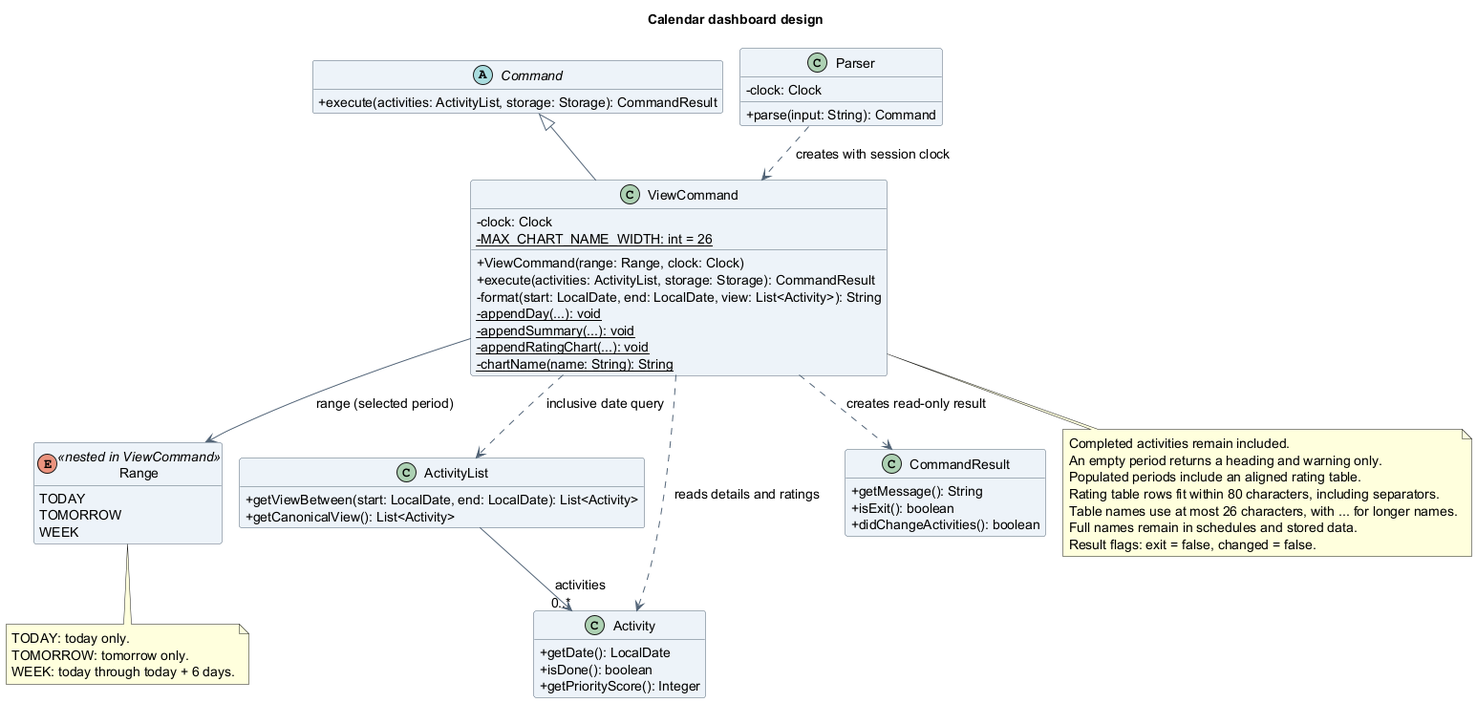
Earlier version of the PlantUML export docs/images/atharva/class/CalendarViewClassDiagram.png (AY2627S1-CS2113-T10-4/tp).
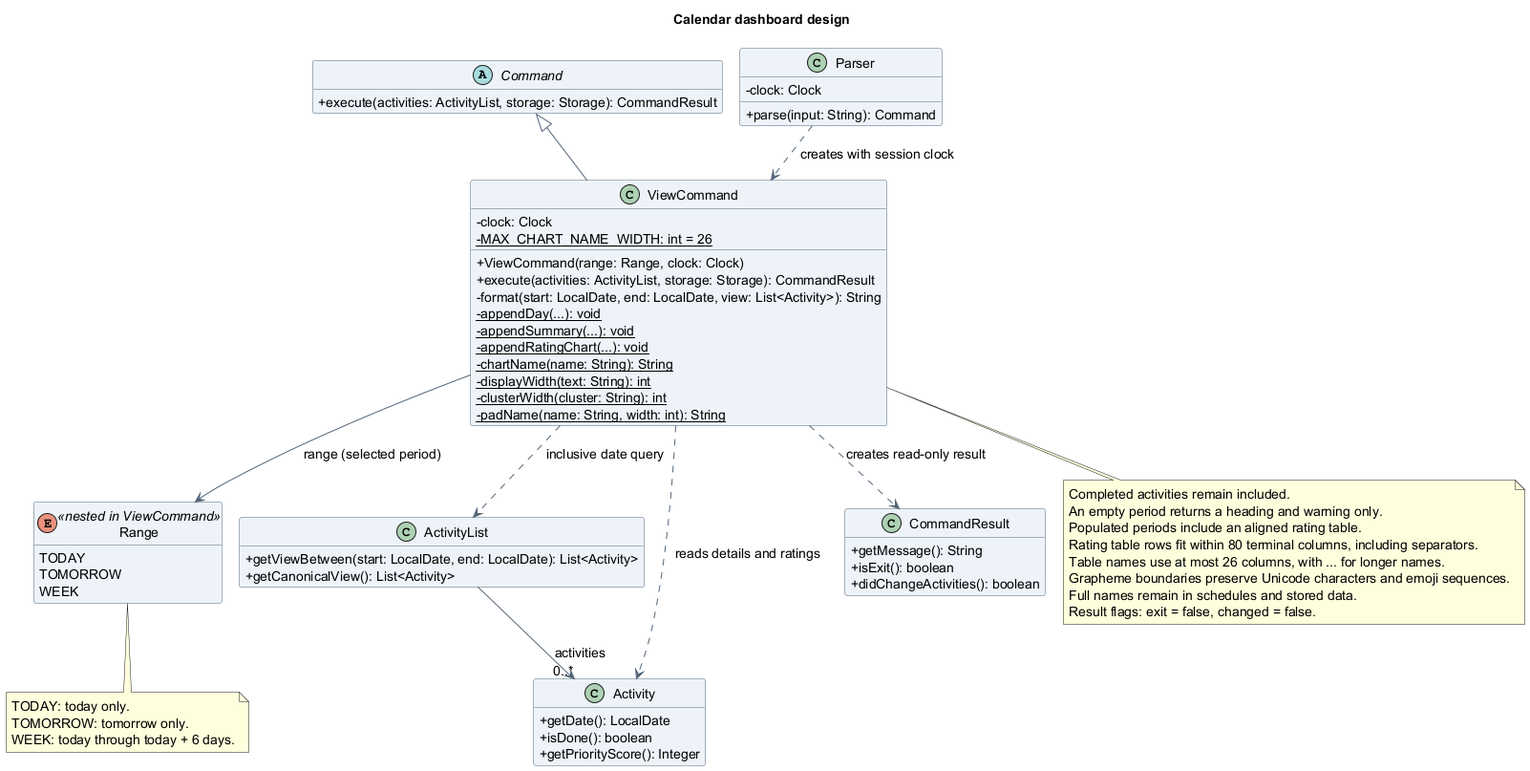
Above is the later version.

Change to the diagram source:
```diff
@@ -28,6 +28,9 @@
   {static} -appendSummary(...): void
   {static} -appendRatingChart(...): void
   {static} -chartName(name: String): String
+  {static} -displayWidth(text: String): int
+  {static} -clusterWidth(cluster: String): int
+  {static} -padName(name: String, width: int): String
 }
 enum Range <<nested in ViewCommand>> {
   TODAY
@@ -66,8 +69,9 @@
   Completed activities remain included.
   An empty period returns a heading and warning only.
   Populated periods include an aligned rating table.
-  Rating table rows fit within 80 characters, including separators.
-  Table names use at most 26 characters, with ... for longer names.
+  Rating table rows fit within 80 terminal columns, including separators.
+  Table names use at most 26 columns, with ... for longer names.
+  Grapheme boundaries preserve Unicode characters and emoji sequences.
   Full names remain in schedules and stored data.
   Result flags: exit = false, changed = false.
 end note
```
